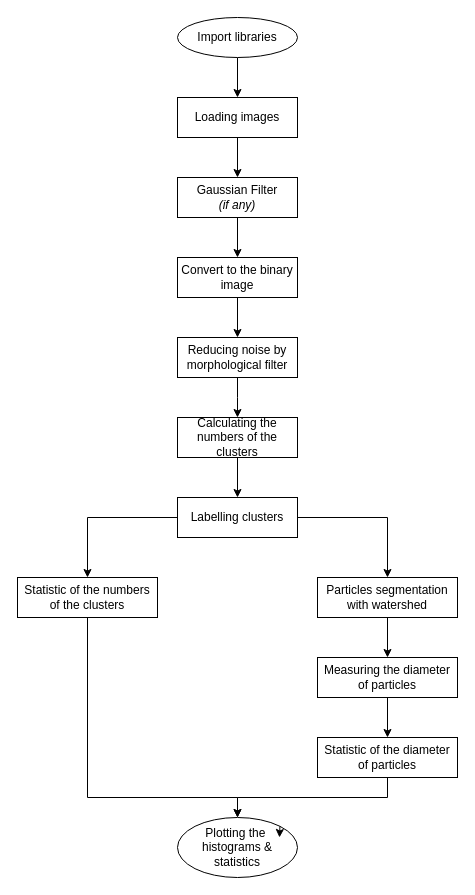
Earlier version of the draw.io diagram OIP final project Group 5.drawio (baotriet/OIP_FinalProject). Source tidied: cells renumbered, new cells numbered last; positions are measured from the earlier drawing's top-left corner, leaving out a move shared by most shapes. Both pictures are drawn from the tidied source at 100%, with x=0, y=0 at pixel (17, 17).
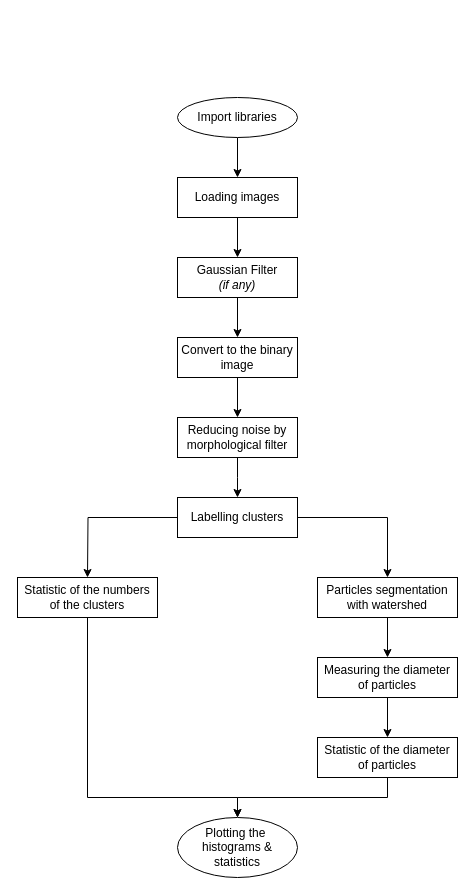
After the change.

Unchanged cells that the change refers to:
```xml
<mxCell id="15" value="&lt;div&gt;Statistic of the numbers of the clusters&lt;/div&gt;" style="rounded=0;whiteSpace=wrap;html=1;" parent="1" vertex="1">
  <mxGeometry y="560" width="140" height="40" as="geometry" />
</mxCell>
<mxCell id="18" value="Plotting the&amp;nbsp;&lt;br&gt;histograms &amp;amp; statistics" style="ellipse;whiteSpace=wrap;html=1;" parent="1" vertex="1">
  <mxGeometry x="160" y="800" width="120" height="60" as="geometry" />
</mxCell>
<mxCell id="21" value="Labelling clusters" style="rounded=0;whiteSpace=wrap;html=1;" parent="1" vertex="1">
  <mxGeometry x="160" y="480" width="120" height="40" as="geometry" />
</mxCell>
```

Change to the diagram source:
```diff
@@
     <mxCell id="3" value="Import libraries" style="ellipse;whiteSpace=wrap;html=1;" parent="1" vertex="1">
-      <mxGeometry x="160" width="120" height="40" as="geometry" />
+      <mxGeometry x="160" y="80" width="120" height="40" as="geometry" />
     </mxCell>
@@
     <mxCell id="5" value="Loading images" style="rounded=0;whiteSpace=wrap;html=1;" parent="1" vertex="1">
-      <mxGeometry x="160" y="80" width="120" height="40" as="geometry" />
+      <mxGeometry x="160" y="160" width="120" height="40" as="geometry" />
     </mxCell>
@@
     <mxCell id="7" value="Gaussian Filter &lt;br&gt;&lt;i&gt;(if any)&lt;/i&gt;" style="rounded=0;whiteSpace=wrap;html=1;" parent="1" vertex="1">
-      <mxGeometry x="160" y="160" width="120" height="40" as="geometry" />
+      <mxGeometry x="160" y="240" width="120" height="40" as="geometry" />
     </mxCell>
     <mxCell id="8" style="edgeStyle=orthogonalEdgeStyle;rounded=0;jettySize=auto;html=1;" parent="1" edge="1" source="9">
       <mxGeometry relative="1" as="geometry">
-        <mxPoint x="220" y="400" as="targetPoint" />
+        <mxPoint x="220" y="480" as="targetPoint" />
       </mxGeometry>
     </mxCell>
     <mxCell id="9" value="Reducing noise by morphological filter" style="rounded=0;whiteSpace=wrap;html=1;" parent="1" vertex="1">
-      <mxGeometry x="160" y="320" width="120" height="40" as="geometry" />
+      <mxGeometry x="160" y="400" width="120" height="40" as="geometry" />
     </mxCell>
@@
     <mxCell id="11" value="Convert to the binary image" style="rounded=0;whiteSpace=wrap;html=1;" parent="1" vertex="1">
-      <mxGeometry x="160" y="240" width="120" height="40" as="geometry" />
+      <mxGeometry x="160" y="320" width="120" height="40" as="geometry" />
     </mxCell>
-    <mxCell id="12" style="edgeStyle=orthogonalEdgeStyle;rounded=0;jettySize=auto;html=1;" parent="1" edge="1" source="13" target="21">
-      <mxGeometry relative="1" as="geometry" />
-    </mxCell>
-    <mxCell id="13" value="Calculating the numbers of the clusters" style="rounded=0;whiteSpace=wrap;html=1;" parent="1" vertex="1">
-      <mxGeometry x="160" y="400" width="120" height="40" as="geometry" />
-    </mxCell>
-    <mxCell id="14" style="edgeStyle=orthogonalEdgeStyle;rounded=0;jettySize=auto;html=1;exitX=0.5;exitY=1;exitDx=0;exitDy=0;" parent="1" edge="1" source="15" target="18">
+    <mxCell id="14" style="edgeStyle=orthogonalEdgeStyle;rounded=0;jettySize=auto;html=1;exitX=0.5;exitY=1;exitDx=0;exitDy=0;" parent="1" edge="1" target="18">
       <mxGeometry relative="1" as="geometry">
+        <mxPoint x="70" y="600" as="sourcePoint" />
         <Array as="points">
           <mxPoint x="70" y="780" />
           <mxPoint x="220" y="780" />
         </Array>
       </mxGeometry>
     </mxCell>
@@
-    <mxCell id="19" style="edgeStyle=orthogonalEdgeStyle;rounded=0;jettySize=auto;html=1;exitX=0;exitY=0.5;exitDx=0;exitDy=0;" parent="1" edge="1" source="21" target="15">
-      <mxGeometry relative="1" as="geometry" />
+    <mxCell id="19" style="edgeStyle=orthogonalEdgeStyle;rounded=0;jettySize=auto;html=1;exitX=0;exitY=0.5;exitDx=0;exitDy=0;" parent="1" edge="1" source="21">
+      <mxGeometry relative="1" as="geometry">
+        <mxPoint x="70" y="560" as="targetPoint" />
+      </mxGeometry>
     </mxCell>
@@
-    <mxCell id="26" style="edgeStyle=orthogonalEdgeStyle;rounded=0;orthogonalLoop=1;jettySize=auto;html=1;exitX=1;exitY=0;exitDx=0;exitDy=0;entryX=0.85;entryY=0.333;entryDx=0;entryDy=0;entryPerimeter=0;" parent="1" edge="1" source="18" target="18">
-      <mxGeometry relative="1" as="geometry" />
-    </mxCell>
```
